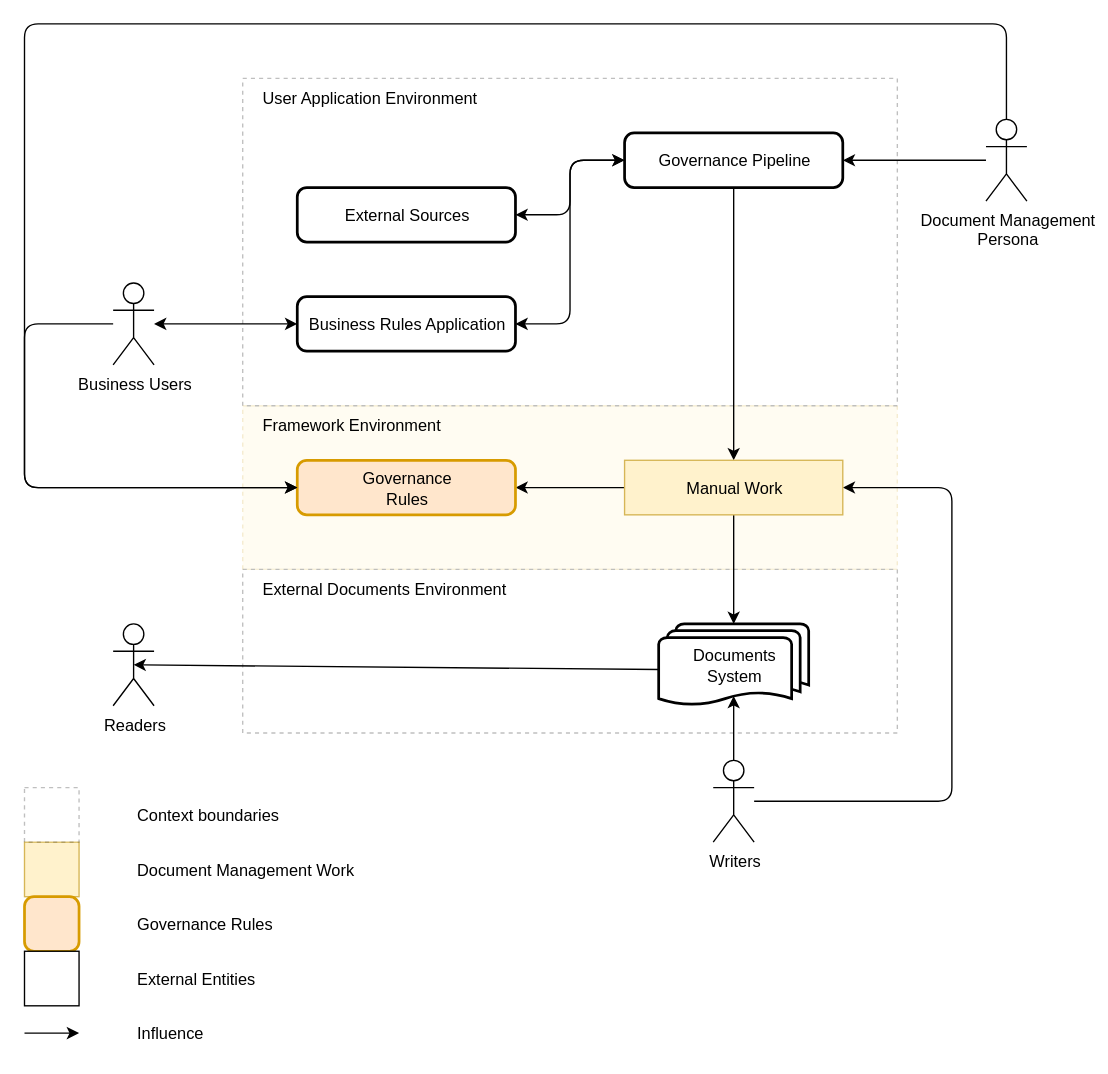
The draw.io diagram support/repositories/images/as-is-diagram.svg in alvaro-osvaldo-tm/markdown-repository, before a commit. Source tidied: cells renumbered, new cells last; positions are measured from the earlier drawing's top-left corner, leaving out a move shared by most shapes. Its diagram source:
```xml
<mxGraphModel>
  <root>
    <mxCell id="0" />
    <mxCell id="1" parent="0" />
    <mxCell id="2" value="Framework Environment" style="rounded=0;whiteSpace=wrap;html=1;fillColor=#fff2cc;opacity=25;dashed=1;verticalAlign=top;align=left;spacingLeft=12;spacingTop=0;strokeColor=#d6b656;" parent="1" vertex="1">
      <mxGeometry x="160" y="280" width="480" height="120" as="geometry" />
    </mxCell>
    <mxCell id="3" value="User Application Environment" style="rounded=0;whiteSpace=wrap;html=1;fillColor=default;opacity=25;dashed=1;verticalAlign=top;align=left;spacingLeft=12;spacingTop=0;" parent="1" vertex="1">
      <mxGeometry x="160" y="40" width="480" height="240" as="geometry" />
    </mxCell>
    <mxCell id="4" style="edgeStyle=none;html=1;entryX=0.5;entryY=0;entryDx=0;entryDy=0;" parent="1" edge="1" source="17" target="14">
      <mxGeometry relative="1" as="geometry" />
    </mxCell>
    <mxCell id="5" value="External Documents Environment" style="rounded=0;whiteSpace=wrap;html=1;fillColor=default;opacity=25;dashed=1;verticalAlign=top;align=left;spacingLeft=12;spacingTop=0;" parent="1" vertex="1">
      <mxGeometry x="160" y="400" width="480" height="120" as="geometry" />
    </mxCell>
    <mxCell id="6" style="edgeStyle=none;html=1;entryX=1;entryY=0.5;entryDx=0;entryDy=0;" parent="1" edge="1" source="7" target="14">
      <mxGeometry relative="1" as="geometry">
        <Array as="points">
          <mxPoint x="680" y="570" />
          <mxPoint x="680" y="340" />
        </Array>
      </mxGeometry>
    </mxCell>
    <mxCell id="7" value="Writers" style="shape=umlActor;verticalLabelPosition=bottom;verticalAlign=top;html=1;outlineConnect=0;" parent="1" vertex="1">
      <mxGeometry x="505" y="540" width="30" height="60" as="geometry" />
    </mxCell>
    <mxCell id="8" value="Readers" style="shape=umlActor;verticalLabelPosition=bottom;verticalAlign=top;html=1;outlineConnect=0;" parent="1" vertex="1">
      <mxGeometry x="65" y="440" width="30" height="60" as="geometry" />
    </mxCell>
    <mxCell id="9" value="Documents&lt;br&gt;System" style="strokeWidth=2;html=1;shape=mxgraph.flowchart.multi-document;whiteSpace=wrap;" parent="1" vertex="1">
      <mxGeometry x="465" y="440" width="110" height="60" as="geometry" />
    </mxCell>
    <mxCell id="10" style="edgeStyle=none;html=1;entryX=0.5;entryY=0.5;entryDx=0;entryDy=0;entryPerimeter=0;exitX=0.003;exitY=0.557;exitDx=0;exitDy=0;exitPerimeter=0;" parent="1" edge="1" source="9" target="8">
      <mxGeometry relative="1" as="geometry" />
    </mxCell>
    <mxCell id="11" style="edgeStyle=none;html=1;entryX=0.5;entryY=0.88;entryDx=0;entryDy=0;entryPerimeter=0;" parent="1" edge="1" source="7" target="9">
      <mxGeometry relative="1" as="geometry" />
    </mxCell>
    <mxCell id="12" style="edgeStyle=none;html=1;entryX=0.5;entryY=0;entryDx=0;entryDy=0;entryPerimeter=0;" parent="1" edge="1" source="14" target="9">
      <mxGeometry relative="1" as="geometry" />
    </mxCell>
    <mxCell id="13" style="edgeStyle=none;html=1;entryX=1;entryY=0.5;entryDx=0;entryDy=0;" parent="1" edge="1" source="14" target="15">
      <mxGeometry relative="1" as="geometry" />
    </mxCell>
    <mxCell id="14" value="Manual Work" style="rounded=0;whiteSpace=wrap;html=1;horizontal=1;verticalAlign=middle;fillColor=#fff2cc;strokeColor=#d6b656;" parent="1" vertex="1">
      <mxGeometry x="440" y="320" width="160" height="40" as="geometry" />
    </mxCell>
    <mxCell id="15" value="Governance&lt;br&gt;Rules" style="rounded=1;whiteSpace=wrap;html=1;absoluteArcSize=1;arcSize=14;strokeWidth=2;fillColor=#ffe6cc;strokeColor=#d79b00;" parent="1" vertex="1">
      <mxGeometry x="200" y="320" width="160" height="40" as="geometry" />
    </mxCell>
    <mxCell id="16" value="Business Rules Application" style="rounded=1;whiteSpace=wrap;html=1;absoluteArcSize=1;arcSize=14;strokeWidth=2;" parent="1" vertex="1">
      <mxGeometry x="200" y="200" width="160" height="40" as="geometry" />
    </mxCell>
    <mxCell id="17" value="Governance Pipeline" style="rounded=1;whiteSpace=wrap;html=1;absoluteArcSize=1;arcSize=14;strokeWidth=2;" parent="1" vertex="1">
      <mxGeometry x="440" y="80" width="160" height="40" as="geometry" />
    </mxCell>
    <mxCell id="18" style="edgeStyle=none;html=1;entryX=1;entryY=0.5;entryDx=0;entryDy=0;startArrow=classic;startFill=1;exitX=0;exitY=0.5;exitDx=0;exitDy=0;" parent="1" edge="1" source="17" target="19">
      <mxGeometry relative="1" as="geometry">
        <Array as="points">
          <mxPoint x="400" y="100" />
          <mxPoint x="400" y="140" />
        </Array>
      </mxGeometry>
    </mxCell>
    <mxCell id="19" value="External Sources" style="rounded=1;whiteSpace=wrap;html=1;absoluteArcSize=1;arcSize=14;strokeWidth=2;" parent="1" vertex="1">
      <mxGeometry x="200" y="120" width="160" height="40" as="geometry" />
    </mxCell>
    <mxCell id="20" style="edgeStyle=none;html=1;entryX=1;entryY=0.5;entryDx=0;entryDy=0;startArrow=classic;startFill=1;exitX=0;exitY=0.5;exitDx=0;exitDy=0;" parent="1" edge="1" source="17" target="16">
      <mxGeometry relative="1" as="geometry">
        <Array as="points">
          <mxPoint x="400" y="100" />
          <mxPoint x="400" y="220" />
        </Array>
      </mxGeometry>
    </mxCell>
    <mxCell id="21" style="edgeStyle=none;html=1;entryX=1;entryY=0.5;entryDx=0;entryDy=0;" parent="1" edge="1" source="23" target="17">
      <mxGeometry relative="1" as="geometry" />
    </mxCell>
    <mxCell id="22" style="edgeStyle=none;html=1;entryX=0;entryY=0.5;entryDx=0;entryDy=0;" parent="1" edge="1" source="23" target="15">
      <mxGeometry relative="1" as="geometry">
        <Array as="points">
          <mxPoint x="720" />
          <mxPoint />
          <mxPoint y="340" />
        </Array>
      </mxGeometry>
    </mxCell>
    <mxCell id="23" value="Document Management &lt;br&gt;Persona" style="shape=umlActor;verticalLabelPosition=bottom;verticalAlign=top;html=1;outlineConnect=0;" parent="1" vertex="1">
      <mxGeometry x="705" y="70" width="30" height="60" as="geometry" />
    </mxCell>
    <mxCell id="24" style="edgeStyle=none;html=1;startArrow=classic;startFill=1;" parent="1" edge="1" source="26" target="16">
      <mxGeometry relative="1" as="geometry" />
    </mxCell>
    <mxCell id="25" style="edgeStyle=none;html=1;entryX=0;entryY=0.5;entryDx=0;entryDy=0;" parent="1" edge="1" source="26" target="15">
      <mxGeometry relative="1" as="geometry">
        <Array as="points">
          <mxPoint y="220" />
          <mxPoint y="340" />
        </Array>
      </mxGeometry>
    </mxCell>
    <mxCell id="26" value="Business Users" style="shape=umlActor;verticalLabelPosition=bottom;verticalAlign=top;html=1;outlineConnect=0;" parent="1" vertex="1">
      <mxGeometry x="65" y="190" width="30" height="60" as="geometry" />
    </mxCell>
    <mxCell id="27" style="group;" parent="1" vertex="1">
      <mxGeometry y="560" width="280" height="200" as="geometry" />
    </mxCell>
    <mxCell id="28" style="group;" parent="27" vertex="1">
      <mxGeometry width="280" height="160" as="geometry" />
    </mxCell>
    <mxCell id="29" style="rounded=0;whiteSpace=wrap;html=1;horizontal=1;verticalAlign=top;fillColor=#fff2cc;strokeColor=#d6b656;" parent="28" vertex="1">
      <mxGeometry y="40" width="40" height="40" as="geometry" />
    </mxCell>
    <mxCell id="30" style="rounded=1;whiteSpace=wrap;html=1;absoluteArcSize=1;arcSize=14;strokeWidth=2;fillColor=#ffe6cc;strokeColor=#d79b00;" parent="28" vertex="1">
      <mxGeometry y="80" width="40" height="40" as="geometry" />
    </mxCell>
    <mxCell id="31" style="rounded=0;whiteSpace=wrap;html=1;horizontal=1;verticalAlign=top;" parent="28" vertex="1">
      <mxGeometry y="120" width="40" height="40" as="geometry" />
    </mxCell>
    <mxCell id="32" value="Document Management Work" style="text;html=1;strokeColor=none;fillColor=none;align=left;verticalAlign=middle;whiteSpace=wrap;rounded=0;" parent="28" vertex="1">
      <mxGeometry x="80" y="40" width="200" height="40" as="geometry" />
    </mxCell>
    <mxCell id="33" value="Governance Rules" style="text;html=1;strokeColor=none;fillColor=none;align=left;verticalAlign=middle;whiteSpace=wrap;rounded=0;" parent="28" vertex="1">
      <mxGeometry x="80" y="80" width="200" height="40" as="geometry" />
    </mxCell>
    <mxCell id="34" value="External Entities" style="text;html=1;strokeColor=none;fillColor=none;align=left;verticalAlign=middle;whiteSpace=wrap;rounded=0;" parent="28" vertex="1">
      <mxGeometry x="80" y="120" width="200" height="40" as="geometry" />
    </mxCell>
    <mxCell id="35" style="rounded=0;whiteSpace=wrap;html=1;fillColor=default;opacity=25;dashed=1;verticalAlign=top;align=left;spacingLeft=12;spacingTop=0;" parent="28" vertex="1">
      <mxGeometry width="40" height="40" as="geometry" />
    </mxCell>
    <mxCell id="36" value="Context boundaries" style="text;html=1;strokeColor=none;fillColor=none;align=left;verticalAlign=middle;whiteSpace=wrap;rounded=0;" parent="28" vertex="1">
      <mxGeometry x="80" width="200" height="40" as="geometry" />
    </mxCell>
    <mxCell id="37" style="edgeStyle=none;html=1;" parent="27" edge="1">
      <mxGeometry relative="1" as="geometry">
        <mxPoint y="180" as="sourcePoint" />
        <mxPoint x="40" y="180" as="targetPoint" />
      </mxGeometry>
    </mxCell>
    <mxCell id="38" value="Influence" style="text;html=1;strokeColor=none;fillColor=none;align=left;verticalAlign=middle;whiteSpace=wrap;rounded=0;" parent="27" vertex="1">
      <mxGeometry x="80" y="160" width="200" height="40" as="geometry" />
    </mxCell>
  </root>
</mxGraphModel>
```
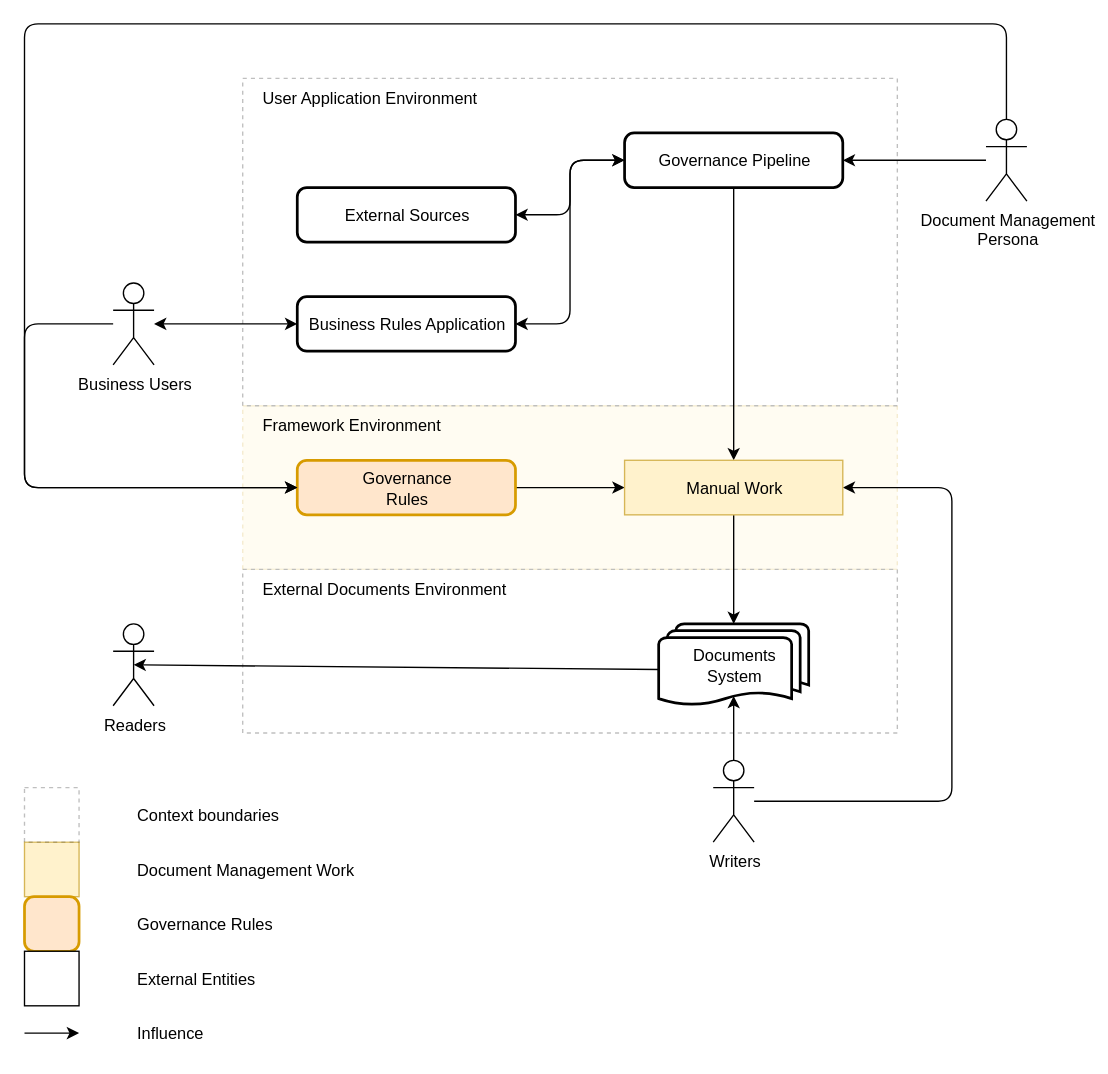
The same diagram one commit later.

Change to the diagram source:
```diff
@@ -40,7 +40,7 @@
     <mxCell id="12" style="edgeStyle=none;html=1;entryX=0.5;entryY=0;entryDx=0;entryDy=0;entryPerimeter=0;" parent="1" edge="1" source="14" target="9">
       <mxGeometry relative="1" as="geometry" />
     </mxCell>
-    <mxCell id="13" style="edgeStyle=none;html=1;entryX=1;entryY=0.5;entryDx=0;entryDy=0;" parent="1" edge="1" source="14" target="15">
+    <mxCell id="13" style="edgeStyle=none;html=1;entryX=1;entryY=0.5;entryDx=0;entryDy=0;startArrow=classic;startFill=1;endArrow=none;endFill=0;" parent="1" edge="1" source="14" target="15">
       <mxGeometry relative="1" as="geometry" />
     </mxCell>
     <mxCell id="14" value="Manual Work" style="rounded=0;whiteSpace=wrap;html=1;horizontal=1;verticalAlign=middle;fillColor=#fff2cc;strokeColor=#d6b656;" parent="1" vertex="1">
```
